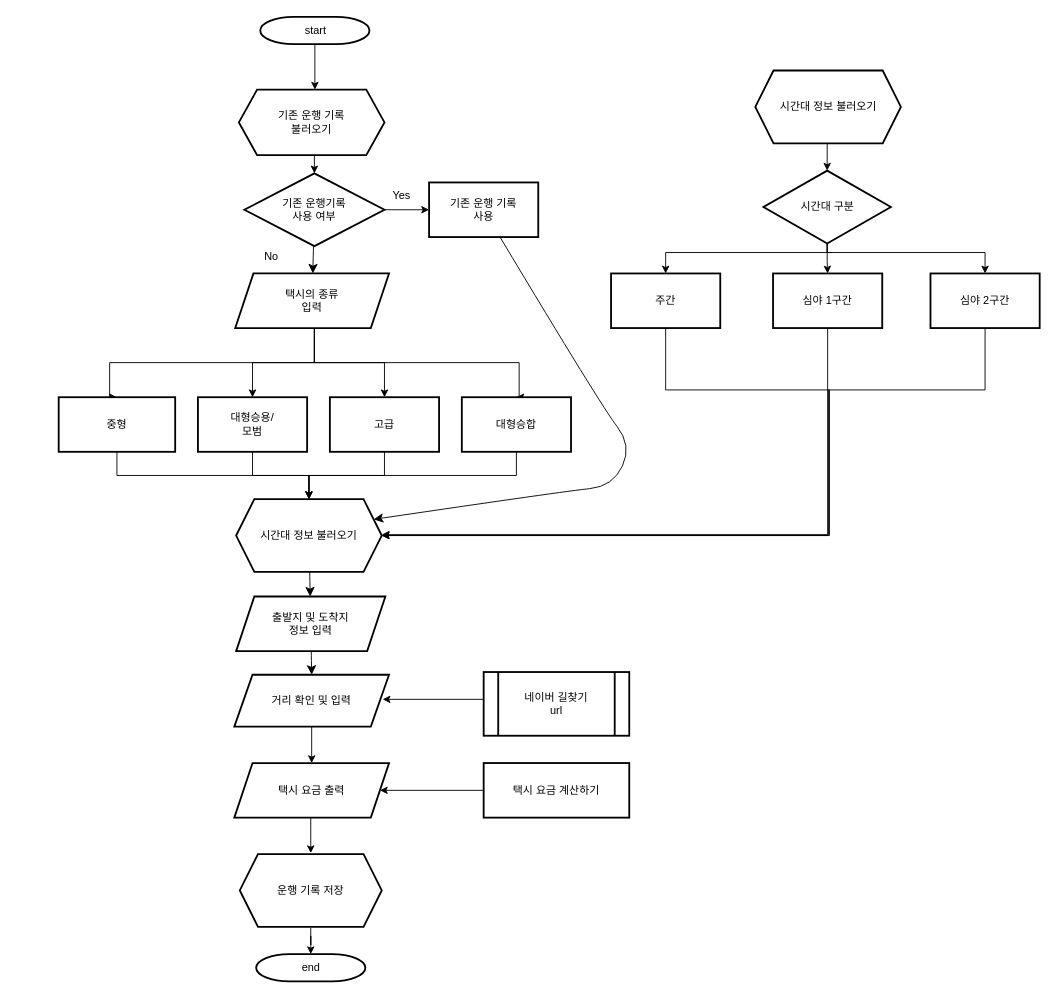
This is 최종.drawio from jen0707/Project_taxi, a draw.io file, before an edit. Source tidied: cells renumbered, new cells numbered last; positions are measured from the earlier drawing's top-left corner, leaving out a move shared by most shapes. Both pictures are drawn from the tidied source at 91%, with x=0, y=0 at pixel (58, 16).
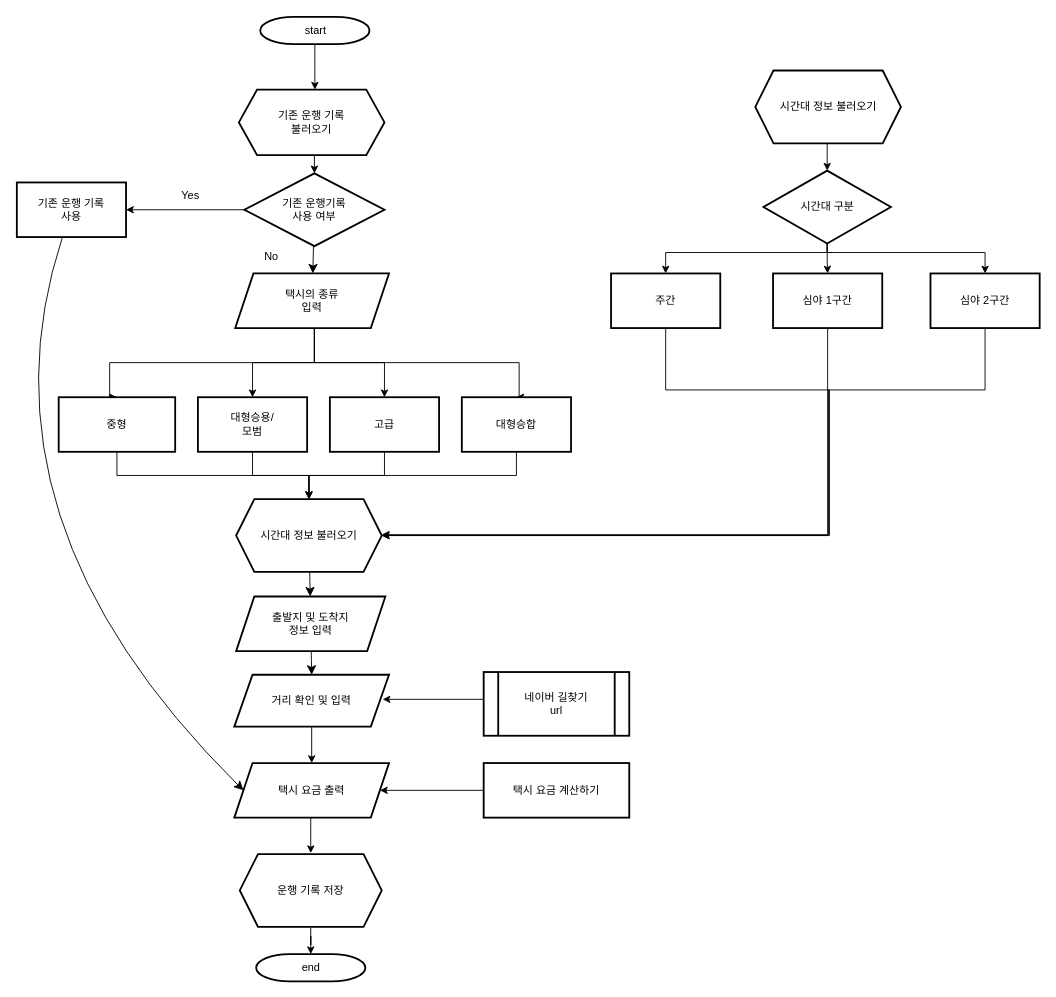
The same page after the edit.

Commit message:
진짜 최최종

The change refers to these unchanged cells:
```xml
<mxCell id="44" value="택시 요금 출력" style="shape=parallelogram;perimeter=parallelogramPerimeter;whiteSpace=wrap;html=1;fixedSize=1;strokeWidth=2;fontStyle=0;gradientColor=none;gradientDirection=north;" parent="1" vertex="1">
  <mxGeometry x="193" y="820" width="170" height="60" as="geometry" />
</mxCell>
<mxCell id="49" value="시간대 정보 불러오기" style="shape=hexagon;perimeter=hexagonPerimeter2;whiteSpace=wrap;html=1;fixedSize=1;strokeColor=default;strokeWidth=2;align=center;verticalAlign=middle;fontFamily=Helvetica;fontSize=12;fontColor=default;fontStyle=0;fillColor=default;gradientColor=none;gradientDirection=north;" parent="1" vertex="1">
  <mxGeometry x="195" y="530" width="160" height="80" as="geometry" />
</mxCell>
```

The edit, as a diff of the source:
```diff
@@
-    <mxCell id="34" style="edgeStyle=none;curved=1;rounded=0;jettySize=auto;html=1;fontSize=12;startSize=8;endSize=8;entryX=1;entryY=0.25;entryDx=0;entryDy=0;" parent="1" edge="1" source="35" target="49">
-      <mxGeometry relative="1" as="geometry">
-        <Array as="points">
-          <mxPoint x="597" y="429" />
-          <mxPoint x="630" y="471" />
-          <mxPoint x="609" y="516" />
-          <mxPoint x="558" y="521" />
-        </Array>
-      </mxGeometry>
-    </mxCell>
+    <mxCell id="53" style="edgeStyle=none;curved=1;rounded=0;jettySize=auto;html=1;entryX=0;entryY=0.5;entryDx=0;entryDy=0;fontSize=12;startSize=8;endSize=8;" parent="1" edge="1" source="35" target="44">
+      <mxGeometry relative="1" as="geometry">
+        <Array as="points">
+          <mxPoint x="-98" y="552" />
+        </Array>
+      </mxGeometry>
+    </mxCell>
     <mxCell id="35" value="기존 운행 기록&lt;div&gt;사용&lt;/div&gt;" style="whiteSpace=wrap;html=1;strokeWidth=2;fontStyle=0;gradientColor=none;gradientDirection=north;" parent="1" vertex="1">
-      <mxGeometry x="407" y="182" width="120" height="60" as="geometry" />
+      <mxGeometry x="-46" y="182" width="120" height="60" as="geometry" />
     </mxCell>
     <mxCell id="36" value="Yes" style="text;html=1;align=center;verticalAlign=middle;whiteSpace=wrap;rounded=0;fontFamily=Helvetica;fontSize=12;fontColor=default;fontStyle=0;" parent="1" vertex="1">
-      <mxGeometry x="347" y="182" width="60" height="30" as="geometry" />
+      <mxGeometry x="115" y="182" width="60" height="30" as="geometry" />
     </mxCell>
```
